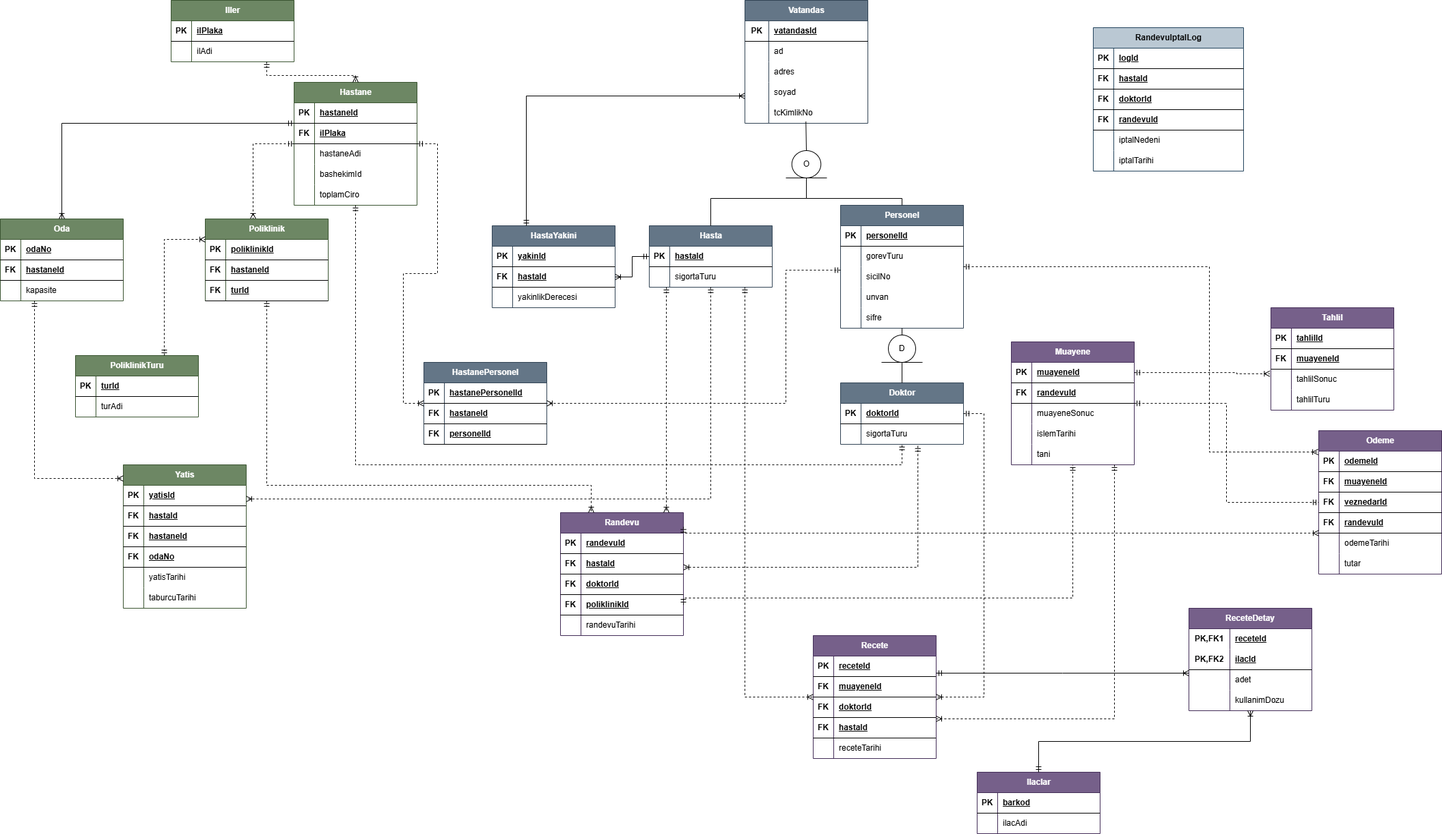
serinaykuyu/hastane-database keeps this draw.io diagram as crowsfootGosterimi.png. Above is the earlier version. Source tidied: cells renumbered, new cells last; positions are measured from the earlier drawing's top-left corner, leaving out a move shared by most shapes.
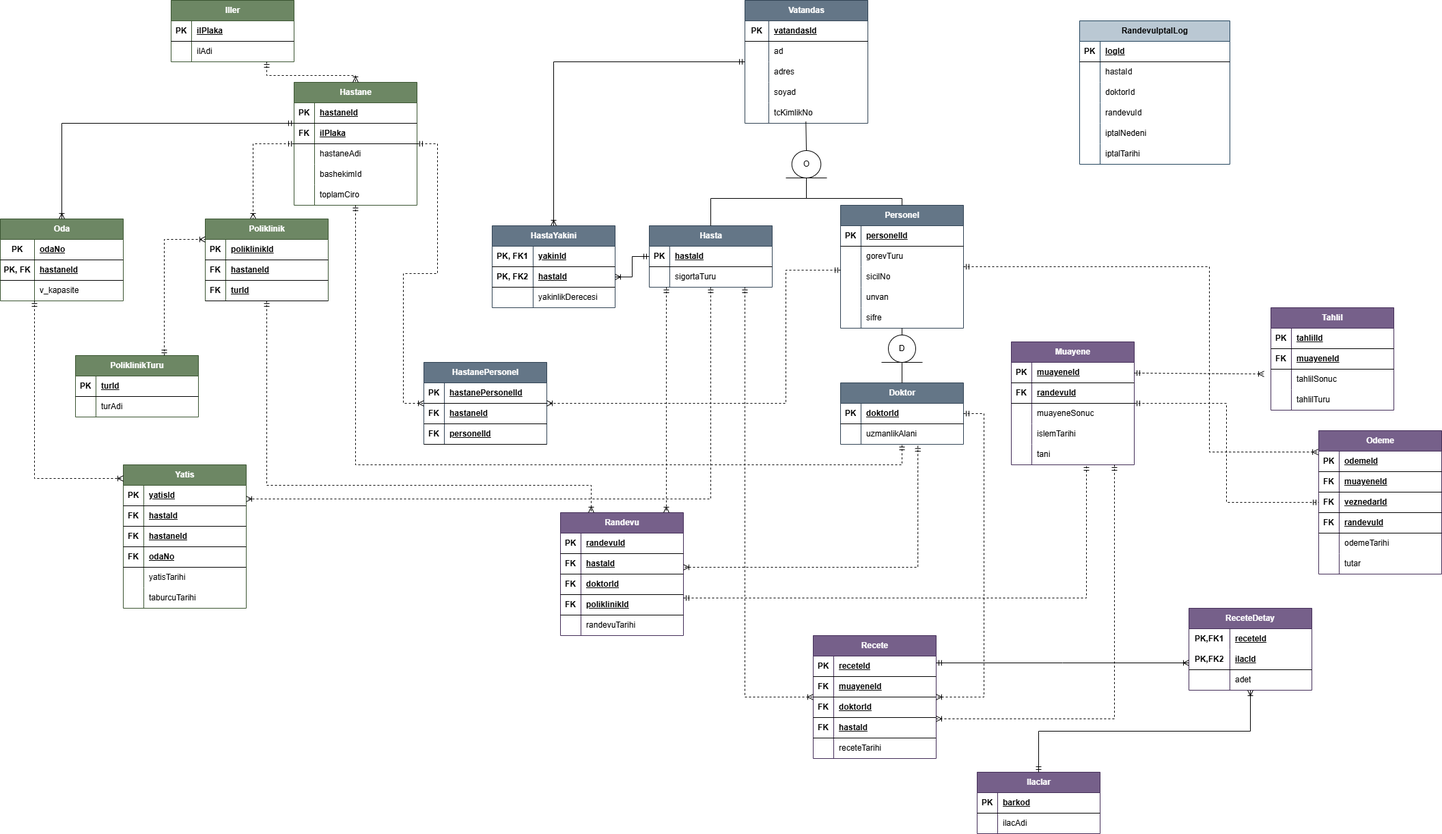
The same diagram one commit later.

Diff of the diagram source:
```diff
@@ -132,29 +132,29 @@
     <mxCell id="43" style="shape=tableRow;horizontal=0;startSize=0;swimlaneHead=0;swimlaneBody=0;fillColor=none;top=0;left=0;right=0;bottom=1;" parent="42" vertex="1">
       <mxGeometry y="30" width="180" height="30" as="geometry" />
     </mxCell>
-    <mxCell id="44" value="PK" style="shape=partialRectangle;fillColor=none;top=0;left=0;bottom=0;right=0;fontStyle=1;overflow=hidden;whiteSpace=wrap;html=1;" parent="43" vertex="1">
-      <mxGeometry width="30" height="30" as="geometry" />
+    <mxCell id="44" value="PK, FK1" style="shape=partialRectangle;fillColor=none;top=0;left=0;bottom=0;right=0;fontStyle=1;overflow=hidden;whiteSpace=wrap;html=1;" parent="43" vertex="1">
+      <mxGeometry width="60" height="30" as="geometry" />
     </mxCell>
     <mxCell id="45" value="yakinId" style="shape=partialRectangle;fillColor=none;top=0;left=0;bottom=0;right=0;align=left;spacingLeft=6;fontStyle=5;overflow=hidden;whiteSpace=wrap;html=1;" parent="43" vertex="1">
-      <mxGeometry x="30" width="150" height="30" as="geometry" />
+      <mxGeometry x="60" width="120" height="30" as="geometry" />
     </mxCell>
     <mxCell id="46" style="shape=tableRow;horizontal=0;startSize=0;swimlaneHead=0;swimlaneBody=0;fillColor=none;points=[[0,0.5],[1,0.5]];portConstraint=eastwest;top=0;left=0;right=0;bottom=1;" parent="42" vertex="1">
       <mxGeometry y="60" width="180" height="30" as="geometry" />
     </mxCell>
-    <mxCell id="47" value="FK" style="shape=partialRectangle;fillColor=none;top=0;left=0;bottom=0;right=0;fontStyle=1;overflow=hidden;whiteSpace=wrap;html=1;" parent="46" vertex="1">
-      <mxGeometry width="30" height="30" as="geometry" />
+    <mxCell id="47" value="PK, FK2" style="shape=partialRectangle;fillColor=none;top=0;left=0;bottom=0;right=0;fontStyle=1;overflow=hidden;whiteSpace=wrap;html=1;" parent="46" vertex="1">
+      <mxGeometry width="60" height="30" as="geometry" />
     </mxCell>
     <mxCell id="48" value="hastaId" style="shape=partialRectangle;fillColor=none;top=0;left=0;bottom=0;right=0;align=left;spacingLeft=6;fontStyle=5;overflow=hidden;whiteSpace=wrap;html=1;" parent="46" vertex="1">
-      <mxGeometry x="30" width="150" height="30" as="geometry" />
+      <mxGeometry x="60" width="120" height="30" as="geometry" />
     </mxCell>
     <mxCell id="49" style="shape=tableRow;horizontal=0;startSize=0;swimlaneHead=0;swimlaneBody=0;fillColor=none;top=0;left=0;right=0;bottom=0;" parent="42" vertex="1">
       <mxGeometry y="90" width="180" height="30" as="geometry" />
     </mxCell>
     <mxCell id="50" style="shape=partialRectangle;fillColor=none;top=0;left=0;bottom=0;right=0;overflow=hidden;whiteSpace=wrap;html=1;" parent="49" vertex="1">
-      <mxGeometry width="30" height="30" as="geometry" />
+      <mxGeometry width="60" height="30" as="geometry" />
     </mxCell>
     <mxCell id="51" value="yakinlikDerecesi" style="shape=partialRectangle;fillColor=none;top=0;left=0;bottom=0;right=0;align=left;spacingLeft=6;overflow=hidden;whiteSpace=wrap;html=1;" parent="49" vertex="1">
-      <mxGeometry x="30" width="150" height="30" as="geometry" />
+      <mxGeometry x="60" width="120" height="30" as="geometry" />
     </mxCell>
     <mxCell id="52" value="O" style="ellipse;whiteSpace=wrap;html=1;" parent="1" vertex="1">
       <mxGeometry x="1158.8" y="220" width="42.5" height="40" as="geometry" />
@@ -203,7 +203,7 @@
     <mxCell id="63" style="shape=partialRectangle;fillColor=none;top=0;left=0;bottom=0;right=0;overflow=hidden;whiteSpace=wrap;html=1;" parent="62" vertex="1">
       <mxGeometry width="30" height="30" as="geometry" />
     </mxCell>
-    <mxCell id="64" value="sigortaTuru" style="shape=partialRectangle;fillColor=none;top=0;left=0;bottom=0;right=0;align=left;spacingLeft=6;overflow=hidden;whiteSpace=wrap;html=1;" parent="62" vertex="1">
+    <mxCell id="64" value="uzmanlikAlani" style="shape=partialRectangle;fillColor=none;top=0;left=0;bottom=0;right=0;align=left;spacingLeft=6;overflow=hidden;whiteSpace=wrap;html=1;" parent="62" vertex="1">
       <mxGeometry x="30" width="150" height="30" as="geometry" />
     </mxCell>
     <mxCell id="65" style="endArrow=none;html=1;rounded=0;" parent="1" edge="1">
@@ -242,10 +242,10 @@
     <mxCell id="72" style="edgeStyle=orthogonalEdgeStyle;fontSize=12;html=1;endArrow=ERoneToMany;startArrow=ERmandOne;rounded=0;exitX=0;exitY=0.5;exitDx=0;exitDy=0;entryX=1;entryY=0.5;entryDx=0;entryDy=0;" parent="1" edge="1" source="36" target="46">
       <mxGeometry relative="1" as="geometry" />
     </mxCell>
-    <mxCell id="73" style="edgeStyle=elbowEdgeStyle;fontSize=12;html=1;endArrow=ERoneToMany;startArrow=ERmandOne;rounded=0;" parent="1" edge="1" source="42" target="3">
+    <mxCell id="73" style="edgeStyle=elbowEdgeStyle;fontSize=12;html=1;endArrow=ERoneToMany;startArrow=ERmandOne;rounded=0;entryX=0.5;entryY=0;entryDx=0;entryDy=0;" parent="1" edge="1" source="3" target="42">
       <mxGeometry relative="1" as="geometry">
         <Array as="points">
-          <mxPoint x="770" y="140" />
+          <mxPoint x="810" y="210" />
         </Array>
       </mxGeometry>
     </mxCell>
@@ -325,28 +325,28 @@
       <mxGeometry y="30" width="180" height="30" as="geometry" />
     </mxCell>
     <mxCell id="99" value="PK" style="shape=partialRectangle;fillColor=none;top=0;left=0;bottom=0;right=0;fontStyle=1;overflow=hidden;whiteSpace=wrap;html=1;" parent="98" vertex="1">
-      <mxGeometry width="30" height="30" as="geometry" />
+      <mxGeometry width="50" height="30" as="geometry" />
     </mxCell>
     <mxCell id="100" value="odaNo" style="shape=partialRectangle;fillColor=none;top=0;left=0;bottom=0;right=0;align=left;spacingLeft=6;fontStyle=5;overflow=hidden;whiteSpace=wrap;html=1;" parent="98" vertex="1">
-      <mxGeometry x="30" width="150" height="30" as="geometry" />
+      <mxGeometry x="50" width="130" height="30" as="geometry" />
     </mxCell>
     <mxCell id="101" style="shape=tableRow;horizontal=0;startSize=0;swimlaneHead=0;swimlaneBody=0;fillColor=none;top=0;left=0;right=0;bottom=1;" parent="97" vertex="1">
       <mxGeometry y="60" width="180" height="30" as="geometry" />
     </mxCell>
-    <mxCell id="102" value="FK" style="shape=partialRectangle;fillColor=none;top=0;left=0;bottom=0;right=0;fontStyle=1;overflow=hidden;whiteSpace=wrap;html=1;" parent="101" vertex="1">
-      <mxGeometry width="30" height="30" as="geometry" />
+    <mxCell id="102" value="PK, FK" style="shape=partialRectangle;fillColor=none;top=0;left=0;bottom=0;right=0;fontStyle=1;overflow=hidden;whiteSpace=wrap;html=1;" parent="101" vertex="1">
+      <mxGeometry width="50" height="30" as="geometry" />
     </mxCell>
     <mxCell id="103" value="hastaneId" style="shape=partialRectangle;fillColor=none;top=0;left=0;bottom=0;right=0;align=left;spacingLeft=6;fontStyle=5;overflow=hidden;whiteSpace=wrap;html=1;" parent="101" vertex="1">
-      <mxGeometry x="30" width="150" height="30" as="geometry" />
+      <mxGeometry x="50" width="130" height="30" as="geometry" />
     </mxCell>
     <mxCell id="104" style="shape=tableRow;horizontal=0;startSize=0;swimlaneHead=0;swimlaneBody=0;fillColor=none;top=0;left=0;right=0;bottom=0;" parent="97" vertex="1">
       <mxGeometry y="90" width="180" height="30" as="geometry" />
     </mxCell>
     <mxCell id="105" style="shape=partialRectangle;fillColor=none;top=0;left=0;bottom=0;right=0;overflow=hidden;whiteSpace=wrap;html=1;" parent="104" vertex="1">
-      <mxGeometry width="30" height="30" as="geometry" />
+      <mxGeometry width="50" height="30" as="geometry" />
     </mxCell>
-    <mxCell id="106" value="kapasite" style="shape=partialRectangle;fillColor=none;top=0;left=0;bottom=0;right=0;align=left;spacingLeft=6;overflow=hidden;whiteSpace=wrap;html=1;" parent="104" vertex="1">
-      <mxGeometry x="30" width="150" height="30" as="geometry" />
+    <mxCell id="106" value="v_kapasite" style="shape=partialRectangle;fillColor=none;top=0;left=0;bottom=0;right=0;align=left;spacingLeft=6;overflow=hidden;whiteSpace=wrap;html=1;" parent="104" vertex="1">
+      <mxGeometry x="50" width="130" height="30" as="geometry" />
     </mxCell>
     <mxCell id="107" value="Poliklinik" style="shape=table;startSize=30;rowLines=0;fontStyle=1;align=center;html=1;fillColor=#6d8764;strokeColor=#3A5431;fontColor=#ffffff;" parent="1" vertex="1">
       <mxGeometry x="300" y="320" width="180" height="120" as="geometry" />
@@ -650,10 +650,13 @@
         </Array>
       </mxGeometry>
     </mxCell>
-    <mxCell id="199" style="edgeStyle=orthogonalEdgeStyle;fontSize=12;html=1;endArrow=ERmandOne;startArrow=ERmandOne;rounded=0;exitX=1;exitY=0.5;exitDx=0;exitDy=0;dashed=1;" parent="1" edge="1" source="142" target="148">
+    <mxCell id="199" style="edgeStyle=orthogonalEdgeStyle;fontSize=12;html=1;endArrow=ERmandOne;startArrow=ERmandOne;rounded=0;dashed=1;" parent="1" edge="1">
       <mxGeometry relative="1" as="geometry">
+        <mxPoint x="1000" y="875" as="sourcePoint" />
+        <mxPoint x="1590" y="680" as="targetPoint" />
         <Array as="points">
-          <mxPoint x="1570" y="875" />
+          <mxPoint x="1000" y="875" />
+          <mxPoint x="1590" y="875" />
         </Array>
       </mxGeometry>
     </mxCell>
@@ -667,11 +670,9 @@
     <mxCell id="201" style="edgeStyle=elbowEdgeStyle;fontSize=12;html=1;endArrow=ERmandOne;startArrow=ERmandOne;rounded=0;dashed=1;" parent="1" edge="1" source="148" target="177">
       <mxGeometry relative="1" as="geometry" />
     </mxCell>
-    <mxCell id="202" style="edgeStyle=elbowEdgeStyle;fontSize=12;html=1;endArrow=ERoneToMany;startArrow=ERmandOne;rounded=0;dashed=1;entryX=-0.009;entryY=1.222;entryDx=0;entryDy=0;entryPerimeter=0;" parent="1" edge="1" source="149" target="168">
+    <mxCell id="202" style="fontSize=12;html=1;endArrow=ERoneToMany;startArrow=ERmandOne;rounded=0;dashed=1;" parent="1" edge="1" source="149">
       <mxGeometry relative="1" as="geometry">
-        <Array as="points">
-          <mxPoint x="1810" y="520" />
-        </Array>
+        <mxPoint x="1850" y="547" as="targetPoint" />
       </mxGeometry>
     </mxCell>
     <mxCell id="203" value="PoliklinikTuru" style="shape=table;startSize=30;rowLines=0;fontStyle=1;align=center;html=1;fillColor=#6d8764;strokeColor=#3A5431;fontColor=#ffffff;" parent="1" vertex="1">
@@ -772,7 +773,7 @@
       </mxGeometry>
     </mxCell>
     <mxCell id="230" value="ReceteDetay" style="shape=table;startSize=30;rowLines=0;fontStyle=1;align=center;html=1;whiteSpace=wrap;fillColor=#76608a;fontColor=#ffffff;strokeColor=#432D57;" parent="1" vertex="1">
-      <mxGeometry x="1740" y="890" width="180" height="150" as="geometry" />
+      <mxGeometry x="1740" y="890" width="180" height="120" as="geometry" />
     </mxCell>
     <mxCell id="231" style="shape=tableRow;horizontal=0;startSize=0;swimlaneHead=0;swimlaneBody=0;fillColor=none;top=0;left=0;right=0;bottom=0;html=1;" parent="230" vertex="1">
       <mxGeometry y="30" width="180" height="30" as="geometry" />
@@ -801,15 +802,6 @@
     <mxCell id="239" value="adet" style="shape=partialRectangle;fillColor=none;top=0;left=0;bottom=0;right=0;align=left;spacingLeft=6;overflow=hidden;html=1;whiteSpace=wrap;" parent="237" vertex="1">
       <mxGeometry x="60" width="120" height="30" as="geometry" />
     </mxCell>
-    <mxCell id="240" style="shape=tableRow;horizontal=0;startSize=0;swimlaneHead=0;swimlaneBody=0;fillColor=none;top=0;left=0;right=0;bottom=0;html=1;" parent="230" vertex="1">
-      <mxGeometry y="120" width="180" height="30" as="geometry" />
-    </mxCell>
-    <mxCell id="241" style="shape=partialRectangle;fillColor=none;top=0;left=0;bottom=0;right=0;overflow=hidden;html=1;whiteSpace=wrap;" parent="240" vertex="1">
-      <mxGeometry width="60" height="30" as="geometry" />
-    </mxCell>
-    <mxCell id="242" value="kullanimDozu" style="shape=partialRectangle;fillColor=none;top=0;left=0;bottom=0;right=0;align=left;spacingLeft=6;overflow=hidden;html=1;whiteSpace=wrap;" parent="240" vertex="1">
-      <mxGeometry x="60" width="120" height="30" as="geometry" />
-    </mxCell>
     <mxCell id="243" value="Ilaclar" style="shape=table;startSize=30;rowLines=0;fontStyle=1;align=center;html=1;fillColor=#76608a;fontColor=#ffffff;strokeColor=#432D57;" parent="1" vertex="1">
       <mxGeometry x="1430" y="1130" width="180" height="90" as="geometry" />
     </mxCell>
@@ -909,7 +901,7 @@
       </mxGeometry>
     </mxCell>
     <mxCell id="273" value="RandevuIptalLog" style="shape=table;startSize=30;rowLines=0;fontStyle=1;align=center;html=1;fillColor=#bac8d3;strokeColor=#23445d;" parent="1" vertex="1">
-      <mxGeometry x="1600" y="40" width="220" height="210" as="geometry" />
+      <mxGeometry x="1580" y="30" width="220" height="210" as="geometry" />
     </mxCell>
     <mxCell id="274" style="shape=tableRow;horizontal=0;startSize=0;swimlaneHead=0;swimlaneBody=0;fillColor=none;top=0;left=0;right=0;bottom=1;" parent="273" vertex="1">
       <mxGeometry y="30" width="220" height="30" as="geometry" />
@@ -920,58 +912,50 @@
     <mxCell id="276" value="logId" style="shape=partialRectangle;fillColor=none;top=0;left=0;bottom=0;right=0;align=left;spacingLeft=6;fontStyle=5;overflow=hidden;whiteSpace=wrap;html=1;" parent="274" vertex="1">
       <mxGeometry x="30" width="190" height="30" as="geometry" />
     </mxCell>
-    <mxCell id="277" style="shape=tableRow;horizontal=0;startSize=0;swimlaneHead=0;swimlaneBody=0;fillColor=none;top=0;left=0;right=0;bottom=1;" parent="273" vertex="1">
-      <mxGeometry y="60" width="220" height="30" as="geometry" />
-    </mxCell>
-    <mxCell id="278" value="FK" style="shape=partialRectangle;fillColor=none;top=0;left=0;bottom=0;right=0;fontStyle=1;overflow=hidden;whiteSpace=wrap;html=1;" parent="277" vertex="1">
-      <mxGeometry width="30" height="30" as="geometry" />
-    </mxCell>
-    <mxCell id="279" value="hastaId" style="shape=partialRectangle;fillColor=none;top=0;left=0;bottom=0;right=0;align=left;spacingLeft=6;fontStyle=5;overflow=hidden;whiteSpace=wrap;html=1;" parent="277" vertex="1">
-      <mxGeometry x="30" width="190" height="30" as="geometry" />
-    </mxCell>
-    <mxCell id="280" style="shape=tableRow;horizontal=0;startSize=0;swimlaneHead=0;swimlaneBody=0;fillColor=none;top=0;left=0;right=0;bottom=1;" parent="273" vertex="1">
-      <mxGeometry y="90" width="220" height="30" as="geometry" />
-    </mxCell>
-    <mxCell id="281" value="FK" style="shape=partialRectangle;fillColor=none;top=0;left=0;bottom=0;right=0;fontStyle=1;overflow=hidden;whiteSpace=wrap;html=1;" parent="280" vertex="1">
-      <mxGeometry width="30" height="30" as="geometry" />
-    </mxCell>
-    <mxCell id="282" value="doktorId" style="shape=partialRectangle;fillColor=none;top=0;left=0;bottom=0;right=0;align=left;spacingLeft=6;fontStyle=5;overflow=hidden;whiteSpace=wrap;html=1;" parent="280" vertex="1">
-      <mxGeometry x="30" width="190" height="30" as="geometry" />
-    </mxCell>
-    <mxCell id="283" style="shape=tableRow;horizontal=0;startSize=0;swimlaneHead=0;swimlaneBody=0;fillColor=none;top=0;left=0;right=0;bottom=1;" parent="273" vertex="1">
-      <mxGeometry y="120" width="220" height="30" as="geometry" />
-    </mxCell>
-    <mxCell id="284" value="FK" style="shape=partialRectangle;fillColor=none;top=0;left=0;bottom=0;right=0;fontStyle=1;overflow=hidden;whiteSpace=wrap;html=1;" parent="283" vertex="1">
-      <mxGeometry width="30" height="30" as="geometry" />
-    </mxCell>
-    <mxCell id="285" value="randevuId" style="shape=partialRectangle;fillColor=none;top=0;left=0;bottom=0;right=0;align=left;spacingLeft=6;fontStyle=5;overflow=hidden;whiteSpace=wrap;html=1;" parent="283" vertex="1">
-      <mxGeometry x="30" width="190" height="30" as="geometry" />
-    </mxCell>
     <mxCell id="286" style="shape=tableRow;horizontal=0;startSize=0;swimlaneHead=0;swimlaneBody=0;fillColor=none;top=0;left=0;right=0;bottom=0;" parent="273" vertex="1">
-      <mxGeometry y="150" width="220" height="30" as="geometry" />
+      <mxGeometry y="60" width="220" height="30" as="geometry" />
     </mxCell>
     <mxCell id="287" style="shape=partialRectangle;fillColor=none;top=0;left=0;bottom=0;right=0;overflow=hidden;whiteSpace=wrap;html=1;" parent="286" vertex="1">
       <mxGeometry width="30" height="30" as="geometry" />
     </mxCell>
-    <mxCell id="288" value="iptalNedeni" style="shape=partialRectangle;fillColor=none;top=0;left=0;bottom=0;right=0;align=left;spacingLeft=6;overflow=hidden;whiteSpace=wrap;html=1;" parent="286" vertex="1">
+    <mxCell id="288" value="hastaId" style="shape=partialRectangle;fillColor=none;top=0;left=0;bottom=0;right=0;align=left;spacingLeft=6;overflow=hidden;whiteSpace=wrap;html=1;" parent="286" vertex="1">
       <mxGeometry x="30" width="190" height="30" as="geometry" />
     </mxCell>
     <mxCell id="289" style="shape=tableRow;horizontal=0;startSize=0;swimlaneHead=0;swimlaneBody=0;fillColor=none;top=0;left=0;right=0;bottom=0;" parent="273" vertex="1">
-      <mxGeometry y="180" width="220" height="30" as="geometry" />
+      <mxGeometry y="90" width="220" height="30" as="geometry" />
     </mxCell>
     <mxCell id="290" style="shape=partialRectangle;fillColor=none;top=0;left=0;bottom=0;right=0;overflow=hidden;whiteSpace=wrap;html=1;" parent="289" vertex="1">
       <mxGeometry width="30" height="30" as="geometry" />
     </mxCell>
-    <mxCell id="291" value="iptalTarihi" style="shape=partialRectangle;fillColor=none;top=0;left=0;bottom=0;right=0;align=left;spacingLeft=6;overflow=hidden;whiteSpace=wrap;html=1;" parent="289" vertex="1">
+    <mxCell id="291" value="doktorId" style="shape=partialRectangle;fillColor=none;top=0;left=0;bottom=0;right=0;align=left;spacingLeft=6;overflow=hidden;whiteSpace=wrap;html=1;" parent="289" vertex="1">
       <mxGeometry x="30" width="190" height="30" as="geometry" />
     </mxCell>
-    <mxCell id="292" style="edgeStyle=elbowEdgeStyle;fontSize=12;html=1;endArrow=ERoneToMany;startArrow=ERmandOne;rounded=0;dashed=1;elbow=vertical;" parent="1" edge="1" target="177">
-      <mxGeometry relative="1" as="geometry">
-        <mxPoint x="1000" y="770.7" as="sourcePoint" />
-        <Array as="points">
-          <mxPoint x="1480" y="780" />
-        </Array>
-      </mxGeometry>
-    </mxCell>
+    <mxCell id="293" style="shape=tableRow;horizontal=0;startSize=0;swimlaneHead=0;swimlaneBody=0;fillColor=none;top=0;left=0;right=0;bottom=0;" parent="273" vertex="1">
+      <mxGeometry y="120" width="220" height="30" as="geometry" />
+    </mxCell>
+    <mxCell id="294" style="shape=partialRectangle;fillColor=none;top=0;left=0;bottom=0;right=0;overflow=hidden;whiteSpace=wrap;html=1;" parent="293" vertex="1">
+      <mxGeometry width="30" height="30" as="geometry" />
+    </mxCell>
+    <mxCell id="285" value="randevuId" style="shape=partialRectangle;fillColor=none;top=0;left=0;bottom=0;right=0;align=left;spacingLeft=6;overflow=hidden;whiteSpace=wrap;html=1;" parent="293" vertex="1">
+      <mxGeometry x="30" width="190" height="30" as="geometry" />
+    </mxCell>
+    <mxCell id="295" style="shape=tableRow;horizontal=0;startSize=0;swimlaneHead=0;swimlaneBody=0;fillColor=none;top=0;left=0;right=0;bottom=0;" parent="273" vertex="1">
+      <mxGeometry y="150" width="220" height="30" as="geometry" />
+    </mxCell>
+    <mxCell id="296" style="shape=partialRectangle;fillColor=none;top=0;left=0;bottom=0;right=0;overflow=hidden;whiteSpace=wrap;html=1;" parent="295" vertex="1">
+      <mxGeometry width="30" height="30" as="geometry" />
+    </mxCell>
+    <mxCell id="297" value="iptalNedeni" style="shape=partialRectangle;fillColor=none;top=0;left=0;bottom=0;right=0;align=left;spacingLeft=6;overflow=hidden;whiteSpace=wrap;html=1;" parent="295" vertex="1">
+      <mxGeometry x="30" width="190" height="30" as="geometry" />
+    </mxCell>
+    <mxCell id="298" style="shape=tableRow;horizontal=0;startSize=0;swimlaneHead=0;swimlaneBody=0;fillColor=none;top=0;left=0;right=0;bottom=0;" parent="273" vertex="1">
+      <mxGeometry y="180" width="220" height="30" as="geometry" />
+    </mxCell>
+    <mxCell id="299" style="shape=partialRectangle;fillColor=none;top=0;left=0;bottom=0;right=0;overflow=hidden;whiteSpace=wrap;html=1;" parent="298" vertex="1">
+      <mxGeometry width="30" height="30" as="geometry" />
+    </mxCell>
+    <mxCell id="300" value="iptalTarihi" style="shape=partialRectangle;fillColor=none;top=0;left=0;bottom=0;right=0;align=left;spacingLeft=6;overflow=hidden;whiteSpace=wrap;html=1;" parent="298" vertex="1">
+      <mxGeometry x="30" width="190" height="30" as="geometry" />
+    </mxCell>
   </root>
 </mxGraphModel>
```
